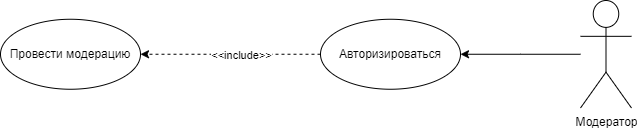
Above: diagrams/usecase_moder.drawio.png in SazonovAlexander/9.1-TikTalk (draw.io), before the change. Source tidied: cells renumbered, new cells last; positions are measured from the earlier drawing's top-left corner, leaving out a move shared by most shapes.
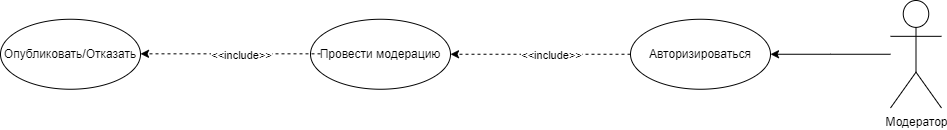
After the change.

Diff of the diagram source:
```diff
@@ -20,5 +20,17 @@
     <mxCell id="7" value="Провести модерацию" style="ellipse;whiteSpace=wrap;html=1;" parent="1" vertex="1">
       <mxGeometry y="18.8" width="140" height="70" as="geometry" />
     </mxCell>
+    <mxCell id="8" style="edgeStyle=orthogonalEdgeStyle;rounded=0;orthogonalLoop=1;jettySize=auto;html=1;dashed=1;" parent="1" edge="1">
+      <mxGeometry relative="1" as="geometry">
+        <mxPoint x="10" y="53.3" as="sourcePoint" />
+        <mxPoint x="-170" y="53.3" as="targetPoint" />
+      </mxGeometry>
+    </mxCell>
+    <mxCell id="9" value="&amp;lt;&amp;lt;include&amp;gt;&amp;gt;" style="edgeLabel;html=1;align=center;verticalAlign=middle;" parent="8" vertex="1">
+      <mxGeometry x="-0.11" y="1" relative="1" as="geometry" />
+    </mxCell>
+    <mxCell id="10" value="Опубликовать/Отказать" style="ellipse;whiteSpace=wrap;html=1;" parent="1" vertex="1">
+      <mxGeometry x="-310" y="18.8" width="140" height="70" as="geometry" />
+    </mxCell>
   </root>
 </mxGraphModel>
```
